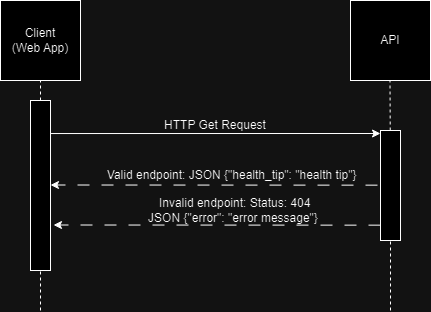
Above: uml.png in Lisa-Fink/HealthTipsAPI (draw.io), before the change. Source tidied: cells renumbered, new cells last; positions are measured from the earlier drawing's top-left corner, leaving out a move shared by most shapes.
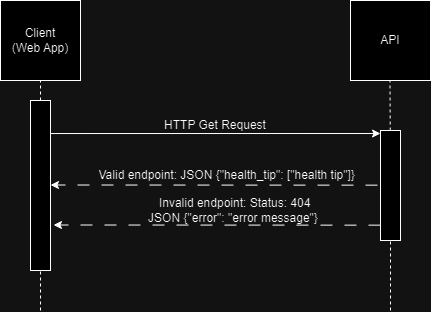
After the commit.

What changed in the source:
```diff
@@ -44,8 +44,8 @@
     <mxCell id="11" value="HTTP Get Request" style="text;html=1;strokeColor=none;fillColor=none;align=center;verticalAlign=middle;whiteSpace=wrap;rounded=0;" parent="1" vertex="1">
       <mxGeometry x="135" y="110" width="160" height="30" as="geometry" />
     </mxCell>
-    <mxCell id="12" value="&amp;nbsp;Valid endpoint: JSON {&quot;health_tip&quot;: &quot;health tip&quot;}" style="text;html=1;strokeColor=none;fillColor=none;align=center;verticalAlign=middle;whiteSpace=wrap;rounded=0;" parent="1" vertex="1">
-      <mxGeometry x="100" y="160" width="260" height="30" as="geometry" />
+    <mxCell id="12" value="&amp;nbsp;Valid endpoint: JSON {&quot;health_tip&quot;: [&quot;health tip&quot;]}" style="text;html=1;strokeColor=none;fillColor=none;align=center;verticalAlign=middle;whiteSpace=wrap;rounded=0;" parent="1" vertex="1">
+      <mxGeometry x="90" y="160" width="270" height="30" as="geometry" />
     </mxCell>
     <mxCell id="13" style="endArrow=classic;html=1;rounded=0;dashed=1;dashPattern=12 12;entryX=1.15;entryY=0.136;entryDx=0;entryDy=0;entryPerimeter=0;exitX=0;exitY=0.75;exitDx=0;exitDy=0;" parent="1" edge="1">
       <mxGeometry relative="1" as="geometry">
```
